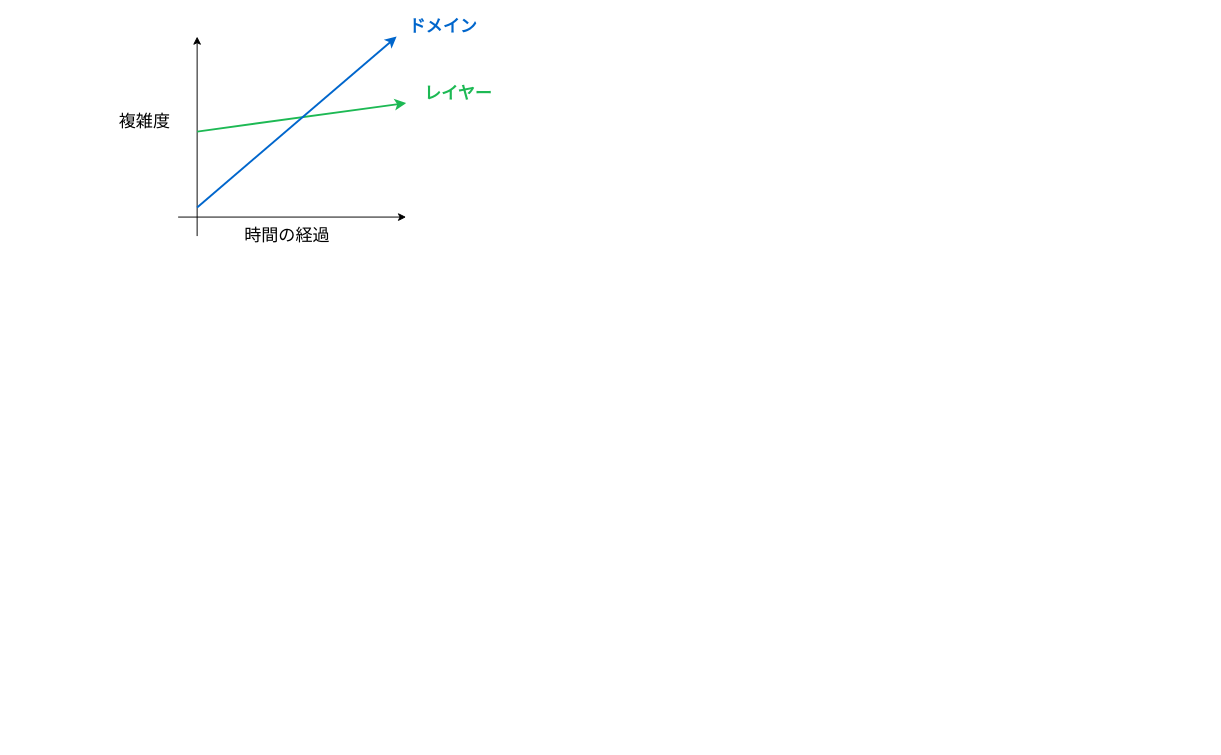
This is content/posts/directory-structure/directory_structure.drawio from p1ass/blog, a draw.io file, before an edit. Source tidied: cells renumbered, new cells numbered last; positions are measured from the earlier drawing's top-left corner, leaving out a move shared by most shapes. Both pictures are drawn from the tidied source at 95%, with x=0, y=0 at pixel (102, 17).
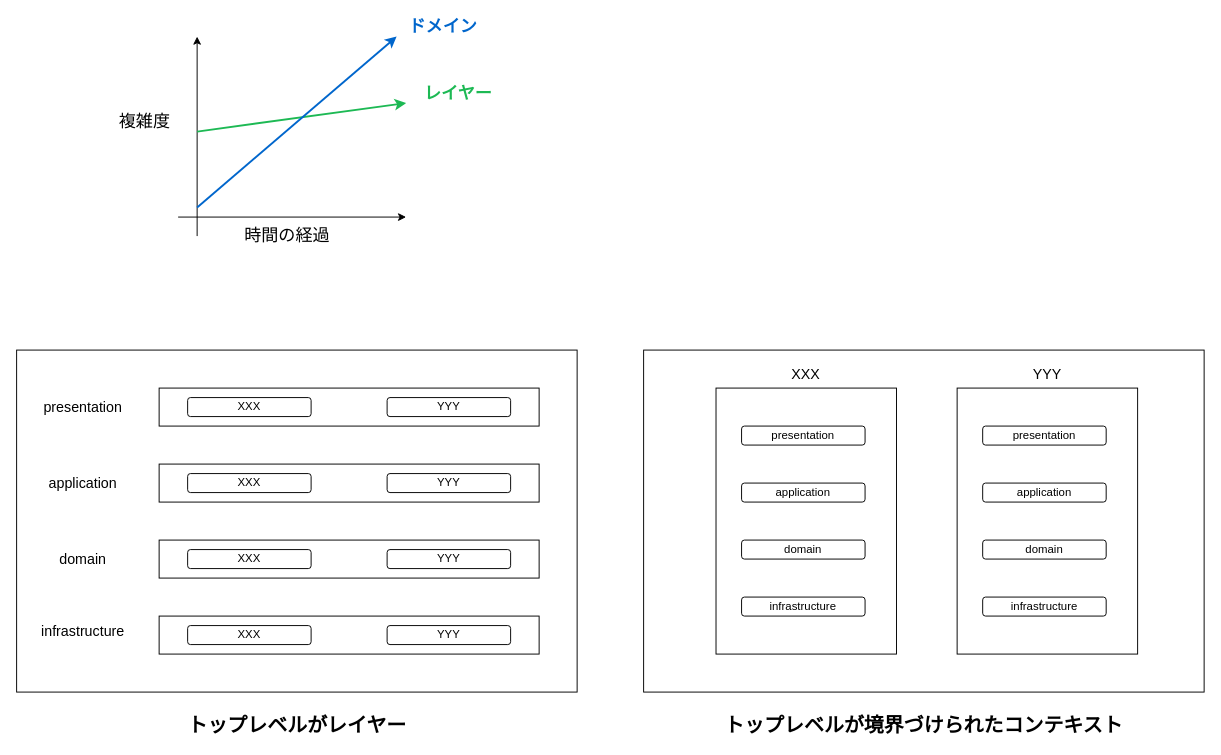
After the change.

What changed in the source:
```diff
@@
+    <mxCell id="10" style="rounded=0;whiteSpace=wrap;html=1;" parent="1" vertex="1">
+      <mxGeometry x="-90" y="350" width="590" height="360" as="geometry" />
+    </mxCell>
+    <mxCell id="11" style="rounded=0;whiteSpace=wrap;html=1;" parent="1" vertex="1">
+      <mxGeometry x="60" y="390" width="400" height="40" as="geometry" />
+    </mxCell>
+    <mxCell id="12" style="rounded=0;whiteSpace=wrap;html=1;" parent="1" vertex="1">
+      <mxGeometry x="60" y="470" width="400" height="40" as="geometry" />
+    </mxCell>
+    <mxCell id="13" style="rounded=0;whiteSpace=wrap;html=1;" parent="1" vertex="1">
+      <mxGeometry x="60" y="550" width="400" height="40" as="geometry" />
+    </mxCell>
+    <mxCell id="14" style="rounded=0;whiteSpace=wrap;html=1;" parent="1" vertex="1">
+      <mxGeometry x="60" y="630" width="400" height="40" as="geometry" />
+    </mxCell>
+    <mxCell id="15" value="XXX" style="rounded=1;whiteSpace=wrap;html=1;" parent="1" vertex="1">
+      <mxGeometry x="90" y="400" width="130" height="20" as="geometry" />
+    </mxCell>
+    <mxCell id="16" value="YYY" style="rounded=1;whiteSpace=wrap;html=1;" parent="1" vertex="1">
+      <mxGeometry x="300" y="400" width="130" height="20" as="geometry" />
+    </mxCell>
+    <mxCell id="17" value="XXX" style="rounded=1;whiteSpace=wrap;html=1;" parent="1" vertex="1">
+      <mxGeometry x="90" y="480" width="130" height="20" as="geometry" />
+    </mxCell>
+    <mxCell id="18" value="YYY" style="rounded=1;whiteSpace=wrap;html=1;" parent="1" vertex="1">
+      <mxGeometry x="300" y="480" width="130" height="20" as="geometry" />
+    </mxCell>
+    <mxCell id="19" value="XXX" style="rounded=1;whiteSpace=wrap;html=1;" parent="1" vertex="1">
+      <mxGeometry x="90" y="560" width="130" height="20" as="geometry" />
+    </mxCell>
+    <mxCell id="20" value="YYY" style="rounded=1;whiteSpace=wrap;html=1;" parent="1" vertex="1">
+      <mxGeometry x="300" y="560" width="130" height="20" as="geometry" />
+    </mxCell>
+    <mxCell id="21" value="XXX" style="rounded=1;whiteSpace=wrap;html=1;" parent="1" vertex="1">
+      <mxGeometry x="90" y="640" width="130" height="20" as="geometry" />
+    </mxCell>
+    <mxCell id="22" value="YYY" style="rounded=1;whiteSpace=wrap;html=1;" parent="1" vertex="1">
+      <mxGeometry x="300" y="640" width="130" height="20" as="geometry" />
+    </mxCell>
+    <mxCell id="23" value="&lt;font style=&quot;font-size: 15px&quot;&gt;presentation&lt;/font&gt;" style="text;html=1;strokeColor=none;fillColor=none;align=center;verticalAlign=middle;whiteSpace=wrap;rounded=0;" parent="1" vertex="1">
+      <mxGeometry x="-50" y="395" width="60" height="30" as="geometry" />
+    </mxCell>
+    <mxCell id="24" value="&lt;font style=&quot;font-size: 15px&quot;&gt;application&lt;/font&gt;" style="text;html=1;strokeColor=none;fillColor=none;align=center;verticalAlign=middle;whiteSpace=wrap;rounded=0;" parent="1" vertex="1">
+      <mxGeometry x="-50" y="475" width="60" height="30" as="geometry" />
+    </mxCell>
+    <mxCell id="25" value="&lt;font style=&quot;font-size: 15px&quot;&gt;domain&lt;/font&gt;" style="text;html=1;strokeColor=none;fillColor=none;align=center;verticalAlign=middle;whiteSpace=wrap;rounded=0;" parent="1" vertex="1">
+      <mxGeometry x="-50" y="555" width="60" height="30" as="geometry" />
+    </mxCell>
+    <mxCell id="26" value="&lt;font style=&quot;font-size: 15px&quot;&gt;infrastructure&lt;/font&gt;" style="text;html=1;strokeColor=none;fillColor=none;align=center;verticalAlign=middle;whiteSpace=wrap;rounded=0;" parent="1" vertex="1">
+      <mxGeometry x="-50" y="630" width="60" height="30" as="geometry" />
+    </mxCell>
+    <mxCell id="27" value="&lt;font style=&quot;font-size: 21px&quot;&gt;&lt;b&gt;トップレベルがレイヤー&lt;/b&gt;&lt;/font&gt;" style="text;html=1;strokeColor=none;fillColor=none;align=center;verticalAlign=middle;whiteSpace=wrap;rounded=0;fontSize=15;" parent="1" vertex="1">
+      <mxGeometry x="52.5" y="730" width="305" height="30" as="geometry" />
+    </mxCell>
+    <mxCell id="28" style="rounded=0;whiteSpace=wrap;html=1;" parent="1" vertex="1">
+      <mxGeometry x="570" y="350" width="590" height="360" as="geometry" />
+    </mxCell>
+    <mxCell id="29" style="rounded=0;whiteSpace=wrap;html=1;" parent="1" vertex="1">
+      <mxGeometry x="646.2" y="390" width="190" height="280" as="geometry" />
+    </mxCell>
+    <mxCell id="30" style="rounded=0;whiteSpace=wrap;html=1;" parent="1" vertex="1">
+      <mxGeometry x="900" y="390" width="190" height="280" as="geometry" />
+    </mxCell>
+    <mxCell id="31" value="presentation" style="rounded=1;whiteSpace=wrap;html=1;" parent="1" vertex="1">
+      <mxGeometry x="673.1" y="430" width="130" height="20" as="geometry" />
+    </mxCell>
+    <mxCell id="32" value="presentation" style="rounded=1;whiteSpace=wrap;html=1;" parent="1" vertex="1">
+      <mxGeometry x="926.9" y="430" width="130" height="20" as="geometry" />
+    </mxCell>
+    <mxCell id="33" value="application" style="rounded=1;whiteSpace=wrap;html=1;" parent="1" vertex="1">
+      <mxGeometry x="673.1" y="490" width="130" height="20" as="geometry" />
+    </mxCell>
+    <mxCell id="34" value="application" style="rounded=1;whiteSpace=wrap;html=1;" parent="1" vertex="1">
+      <mxGeometry x="926.9" y="490" width="130" height="20" as="geometry" />
+    </mxCell>
+    <mxCell id="35" value="domain" style="rounded=1;whiteSpace=wrap;html=1;" parent="1" vertex="1">
+      <mxGeometry x="673.1" y="550" width="130" height="20" as="geometry" />
+    </mxCell>
+    <mxCell id="36" value="domain" style="rounded=1;whiteSpace=wrap;html=1;" parent="1" vertex="1">
+      <mxGeometry x="926.9" y="550" width="130" height="20" as="geometry" />
+    </mxCell>
+    <mxCell id="37" value="infrastructure" style="rounded=1;whiteSpace=wrap;html=1;" parent="1" vertex="1">
+      <mxGeometry x="673.1" y="610" width="130" height="20" as="geometry" />
+    </mxCell>
+    <mxCell id="38" value="infrastructure" style="rounded=1;whiteSpace=wrap;html=1;" parent="1" vertex="1">
+      <mxGeometry x="926.9" y="610" width="130" height="20" as="geometry" />
+    </mxCell>
+    <mxCell id="39" value="&lt;font style=&quot;font-size: 15px&quot;&gt;XXX&lt;/font&gt;" style="text;html=1;strokeColor=none;fillColor=none;align=center;verticalAlign=middle;whiteSpace=wrap;rounded=0;" parent="1" vertex="1">
+      <mxGeometry x="711.2" y="360" width="60" height="30" as="geometry" />
+    </mxCell>
+    <mxCell id="40" value="&lt;font style=&quot;font-size: 21px&quot;&gt;&lt;b&gt;トップレベルが境界づけられたコンテキスト&lt;/b&gt;&lt;/font&gt;" style="text;html=1;strokeColor=none;fillColor=none;align=center;verticalAlign=middle;whiteSpace=wrap;rounded=0;fontSize=15;" parent="1" vertex="1">
+      <mxGeometry x="646.2" y="730" width="437.5" height="30" as="geometry" />
+    </mxCell>
+    <mxCell id="41" value="&lt;font style=&quot;font-size: 15px&quot;&gt;YYY&lt;/font&gt;" style="text;html=1;strokeColor=none;fillColor=none;align=center;verticalAlign=middle;whiteSpace=wrap;rounded=0;" parent="1" vertex="1">
+      <mxGeometry x="965" y="360" width="60" height="30" as="geometry" />
+    </mxCell>
```
